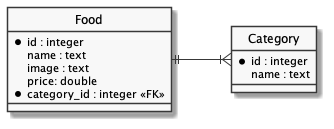
ifpb/lp2 keeps this PlantUML diagram as classnotes/12/assets/database.png. Above is the earlier version. The source it was exported from:
```plantuml
@startuml
hide circle
skinparam linetype ortho
skinparam monochrome true
left to right direction

entity "Food" as food {
  *id : integer
  name : text
  image : text
  price: double
  *category_id : integer <<FK>>
}

entity "Category" as category {
  *id : integer
  name : text
}

food ||--|{ category
@enduml
```
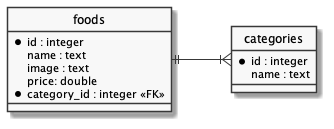
The same diagram one commit later.

Diff of the diagram source:
```diff
@@ -4,7 +4,7 @@
 skinparam monochrome true
 left to right direction
 
-entity "Food" as food {
+entity "foods" as food {
   *id : integer
   name : text
   image : text
@@ -12,7 +12,7 @@
   *category_id : integer <<FK>>
 }
 
-entity "Category" as category {
+entity "categories" as category {
   *id : integer
   name : text
 }
```
